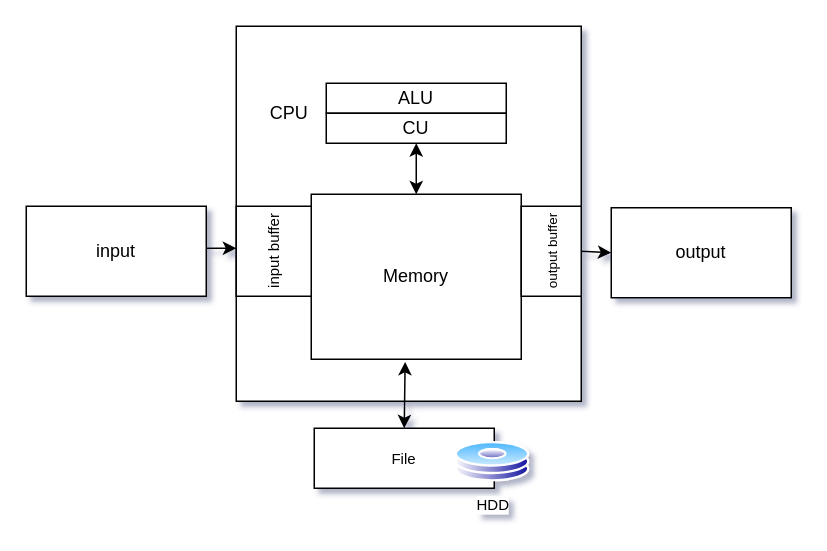
This is C#.NET/C#.drawio from uwspstar/FullStack, a draw.io file, before an edit. Source tidied: cells renumbered, new cells numbered last; positions are measured from the earlier drawing's top-left corner, leaving out a move shared by most shapes. Both pictures are drawn from the tidied source at 150%, with x=0, y=0 at pixel (26, 26).
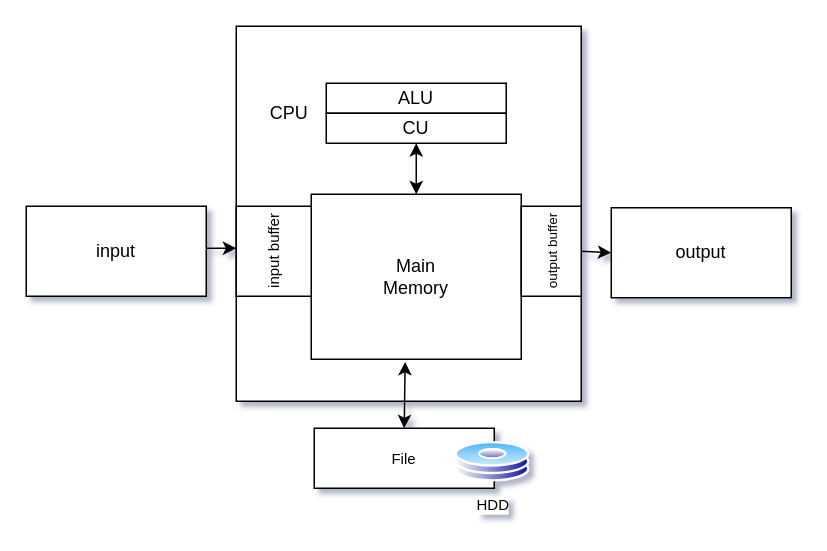
The same diagram, later.

Change to the diagram source:
```diff
@@
 <mxGraphModel background="#ffffff" shadow="1">
   <root>
     <mxCell id="0" />
     <mxCell id="1" parent="0" />
     <mxCell id="2" style="rounded=0;whiteSpace=wrap;html=1;labelBackgroundColor=#FFFFFF;fontColor=#000000;" parent="1" vertex="1">
       <mxGeometry x="140" width="230" height="250" as="geometry" />
     </mxCell>
-    <mxCell id="3" value="Memory" style="rounded=0;whiteSpace=wrap;html=1;" parent="1" vertex="1">
+    <mxCell id="3" value="Main&lt;br&gt;Memory" style="rounded=0;whiteSpace=wrap;html=1;" parent="1" vertex="1">
       <mxGeometry x="190" y="112" width="140" height="110" as="geometry" />
     </mxCell>
     <mxCell id="4" value="input" style="rounded=0;whiteSpace=wrap;html=1;" parent="1" vertex="1">
       <mxGeometry y="120" width="120" height="60" as="geometry" />
     </mxCell>
     <mxCell id="5" value="output" style="rounded=0;whiteSpace=wrap;html=1;" parent="1" vertex="1">
       <mxGeometry x="390" y="121" width="120" height="60" as="geometry" />
     </mxCell>
     <mxCell id="6" value="ALU" style="rounded=0;whiteSpace=wrap;html=1;" parent="1" vertex="1">
       <mxGeometry x="200" y="38" width="120" height="20" as="geometry" />
     </mxCell>
     <mxCell id="7" value="CU" style="rounded=0;whiteSpace=wrap;html=1;" parent="1" vertex="1">
       <mxGeometry x="200" y="58" width="120" height="20" as="geometry" />
     </mxCell>
     <mxCell id="8" value="CPU" style="text;html=1;align=center;verticalAlign=middle;fillColor=none;strokeColor=none;rounded=0;" parent="1" vertex="1">
       <mxGeometry x="155" y="48" width="40" height="20" as="geometry" />
     </mxCell>
     <mxCell id="9" value="&lt;font style=&quot;font-size: 10px&quot;&gt;input buffer&lt;/font&gt;" style="rounded=0;whiteSpace=wrap;html=1;fontFamily=Helvetica;labelBackgroundColor=none;horizontal=0;" parent="1" vertex="1">
       <mxGeometry x="140" y="120" width="50" height="60" as="geometry" />
     </mxCell>
     <mxCell id="10" value="&lt;font style=&quot;font-size: 9px&quot;&gt;output buffer&lt;/font&gt;" style="rounded=0;whiteSpace=wrap;html=1;horizontal=0;" parent="1" vertex="1">
       <mxGeometry x="330" y="120" width="40" height="60" as="geometry" />
     </mxCell>
     <mxCell id="11" value="File" style="rounded=0;whiteSpace=wrap;html=1;fontFamily=Helvetica;fontSize=10;" parent="1" vertex="1">
       <mxGeometry x="192" y="268" width="120" height="40" as="geometry" />
     </mxCell>
     <mxCell id="12" value="HDD" style="perimeter=ellipsePerimeter;html=1;align=center;shadow=0;dashed=0;spacingTop=3;image;image=img/lib/active_directory/hard_disk.svg;fontFamily=Helvetica;fontSize=10;" parent="1" vertex="1">
       <mxGeometry x="286" y="277" width="50" height="27" as="geometry" />
     </mxCell>
     <mxCell id="13" style="endArrow=classic;startArrow=classic;html=1;fontFamily=Helvetica;fontSize=10;exitX=0.5;exitY=0;exitDx=0;exitDy=0;entryX=0.447;entryY=1.016;entryDx=0;entryDy=0;entryPerimeter=0;" parent="1" edge="1" source="11" target="3">
       <mxGeometry relative="1" as="geometry" />
     </mxCell>
     <mxCell id="14" style="endArrow=classic;html=1;fontFamily=Helvetica;fontSize=10;" parent="1" edge="1">
       <mxGeometry relative="1" as="geometry">
         <mxPoint x="120" y="148" as="sourcePoint" />
         <mxPoint x="140" y="148" as="targetPoint" />
       </mxGeometry>
     </mxCell>
     <mxCell id="15" style="endArrow=classic;html=1;fontFamily=Helvetica;fontSize=10;entryX=0;entryY=0.5;entryDx=0;entryDy=0;exitX=1;exitY=0.5;exitDx=0;exitDy=0;" parent="1" edge="1" source="10" target="5">
       <mxGeometry relative="1" as="geometry" />
     </mxCell>
     <mxCell id="16" style="endArrow=classic;startArrow=classic;html=1;fontFamily=Helvetica;fontSize=10;entryX=0.5;entryY=1;entryDx=0;entryDy=0;exitX=0.5;exitY=0;exitDx=0;exitDy=0;" parent="1" edge="1" source="3" target="7">
       <mxGeometry relative="1" as="geometry" />
     </mxCell>
   </root>
 </mxGraphModel>
```
